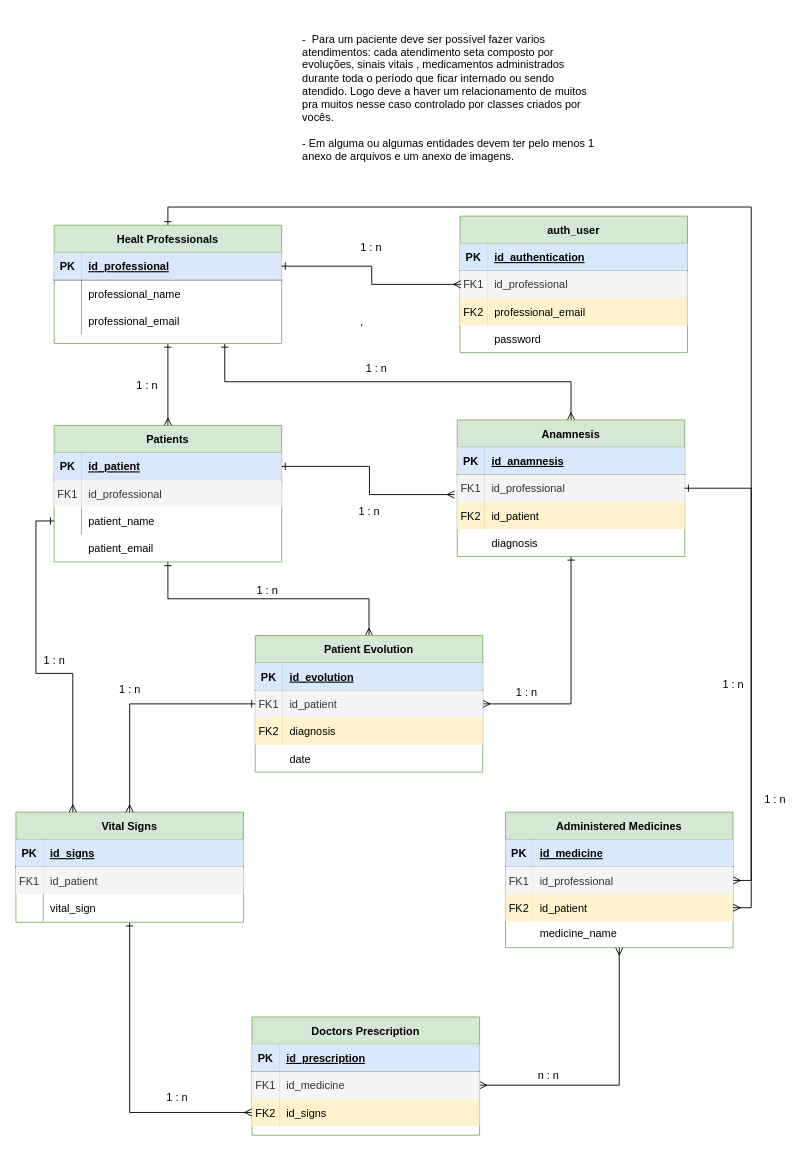
Above: GRUPO 04 - Sistema de Prontuário Sletrônico (SaudeApp).drawio in anleaes/2021-1-N2-dev04 (draw.io), before the change. Source tidied: cells renumbered, new cells numbered last; positions are measured from the earlier drawing's top-left corner, leaving out a move shared by most shapes. Both pictures are drawn from the tidied source at 91%, with x=0, y=0 at pixel (15, 15).
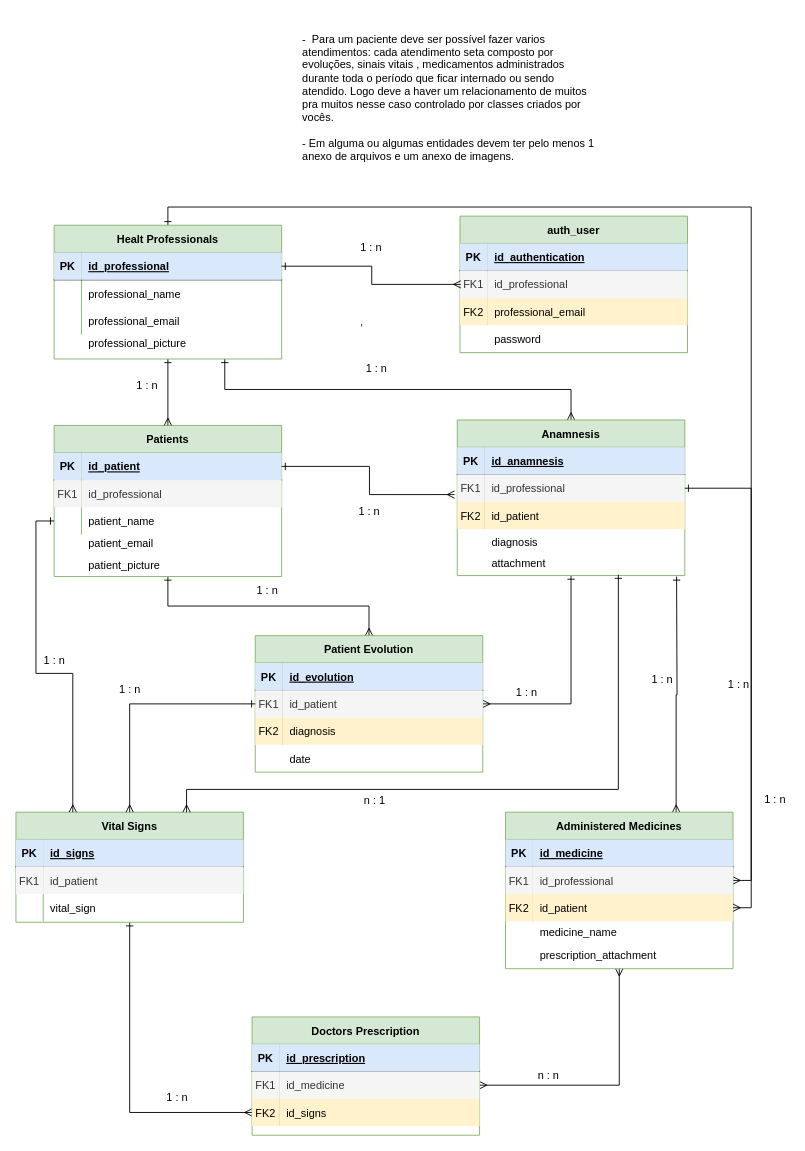
The same diagram, later.

The change refers to these unchanged cells:
```xml
<mxCell id="14" value="Vital Signs" style="shape=table;startSize=30;childLayout=tableLayout;rowLines=0;fontStyle=1;align=center;fillColor=#d5e8d4;strokeColor=#82b366;" parent="1" vertex="1">
  <mxGeometry y="875" width="250" height="121" as="geometry" />
</mxCell>
```

The edit, as a diff of the source:
```diff
@@
     <mxCell id="3" value="Patients" style="shape=table;startSize=30;childLayout=tableLayout;rowLines=0;fontStyle=1;align=center;fillColor=#d5e8d4;strokeColor=#82b366;" parent="1" vertex="1">
-      <mxGeometry x="42" y="450" width="250" height="150" as="geometry" />
+      <mxGeometry x="42" y="450" width="250" height="166" as="geometry" />
     </mxCell>
@@
     <mxCell id="27" value="Healt Professionals" style="shape=table;startSize=30;childLayout=tableLayout;rowLines=0;fontStyle=1;align=center;fillColor=#d5e8d4;strokeColor=#82b366;" parent="1" vertex="1">
-      <mxGeometry x="42" y="230" width="250" height="130" as="geometry" />
+      <mxGeometry x="42" y="230" width="250" height="147" as="geometry" />
     </mxCell>
@@
+    <mxCell id="115" style="edgeStyle=orthogonalEdgeStyle;rounded=0;jettySize=auto;html=1;exitX=0.75;exitY=0;exitDx=0;exitDy=0;startArrow=ERmany;startFill=0;endArrow=ERone;endFill=0;" parent="1" edge="1" source="38">
+      <mxGeometry relative="1" as="geometry">
+        <mxPoint x="726" y="616" as="targetPoint" />
+      </mxGeometry>
+    </mxCell>
     <mxCell id="38" value="Administered Medicines" style="shape=table;startSize=30;childLayout=tableLayout;rowLines=0;fontStyle=1;align=center;fillColor=#d5e8d4;strokeColor=#82b366;" parent="1" vertex="1">
-      <mxGeometry x="538" y="875" width="250" height="149" as="geometry" />
+      <mxGeometry x="538" y="875" width="250" height="172" as="geometry" />
     </mxCell>
@@
     <mxCell id="59" value="patient_email" style="shape=partialRectangle;overflow=hidden;fillColor=none;top=0;left=0;bottom=0;right=0;align=left;spacingLeft=6;" parent="1" vertex="1">
-      <mxGeometry x="72" y="570" width="220" height="30" as="geometry" />
+      <mxGeometry x="72" y="570" width="220" height="18" as="geometry" />
     </mxCell>
@@
     <mxCell id="61" value="medicine_name" style="shape=partialRectangle;overflow=hidden;fillColor=none;top=0;left=0;bottom=0;right=0;align=left;spacingLeft=6;" parent="1" vertex="1">
-      <mxGeometry x="568" y="993" width="220" height="30" as="geometry" />
+      <mxGeometry x="568" y="993" width="220" height="28" as="geometry" />
     </mxCell>
@@
     <mxCell id="65" value="Anamnesis" style="shape=table;startSize=30;childLayout=tableLayout;rowLines=0;fontStyle=1;align=center;fillColor=#d5e8d4;strokeColor=#82b366;" parent="1" vertex="1">
-      <mxGeometry x="485" y="444" width="250" height="150" as="geometry" />
+      <mxGeometry x="485" y="444" width="250" height="171" as="geometry" />
     </mxCell>
@@
     <mxCell id="75" value="diagnosis" style="shape=partialRectangle;overflow=hidden;fillColor=none;top=0;left=0;bottom=0;right=0;align=left;spacingLeft=6;" parent="1" vertex="1">
-      <mxGeometry x="515" y="564" width="220" height="30" as="geometry" />
+      <mxGeometry x="515" y="564" width="220" height="27" as="geometry" />
     </mxCell>
@@
     <mxCell id="96" value="1 : n" style="text;html=1;align=center;verticalAlign=middle;strokeColor=none;" parent="1" vertex="1">
-      <mxGeometry x="771" y="726" width="33" height="18" as="geometry" />
+      <mxGeometry x="777" y="726" width="33" height="18" as="geometry" />
     </mxCell>
@@
+    <mxCell id="116" style="edgeStyle=orthogonalEdgeStyle;rounded=0;jettySize=auto;html=1;exitX=0.75;exitY=0;exitDx=0;exitDy=0;startArrow=ERmany;startFill=0;endArrow=ERone;endFill=0;" parent="1" edge="1" source="14">
+      <mxGeometry relative="1" as="geometry">
+        <mxPoint x="662" y="614" as="targetPoint" />
+        <Array as="points">
+          <mxPoint x="188" y="850" />
+          <mxPoint x="662" y="850" />
+        </Array>
+      </mxGeometry>
+    </mxCell>
+    <mxCell id="117" value="n : 1" style="text;html=1;align=center;verticalAlign=middle;strokeColor=none;" parent="1" vertex="1">
+      <mxGeometry x="377" y="854" width="33" height="18" as="geometry" />
+    </mxCell>
+    <mxCell id="118" value="1 : n" style="text;html=1;align=center;verticalAlign=middle;strokeColor=none;" parent="1" vertex="1">
+      <mxGeometry x="693" y="720" width="33" height="18" as="geometry" />
+    </mxCell>
+    <mxCell id="119" value="professional_picture" style="shape=partialRectangle;overflow=hidden;fillColor=none;top=0;left=0;bottom=0;right=0;align=left;spacingLeft=6;" parent="1" vertex="1">
+      <mxGeometry x="72" y="344" width="220" height="30" as="geometry" />
+    </mxCell>
+    <mxCell id="120" value="patient_picture" style="shape=partialRectangle;overflow=hidden;fillColor=none;top=0;left=0;bottom=0;right=0;align=left;spacingLeft=6;" parent="1" vertex="1">
+      <mxGeometry x="72" y="594" width="220" height="18" as="geometry" />
+    </mxCell>
+    <mxCell id="121" value="attachment" style="shape=partialRectangle;overflow=hidden;fillColor=none;top=0;left=0;bottom=0;right=0;align=left;spacingLeft=6;" parent="1" vertex="1">
+      <mxGeometry x="515" y="588" width="220" height="27" as="geometry" />
+    </mxCell>
+    <mxCell id="122" value="prescription_attachment" style="shape=partialRectangle;overflow=hidden;fillColor=none;top=0;left=0;bottom=0;right=0;align=left;spacingLeft=6;" parent="1" vertex="1">
+      <mxGeometry x="568" y="1016" width="220" height="31" as="geometry" />
+    </mxCell>
```
